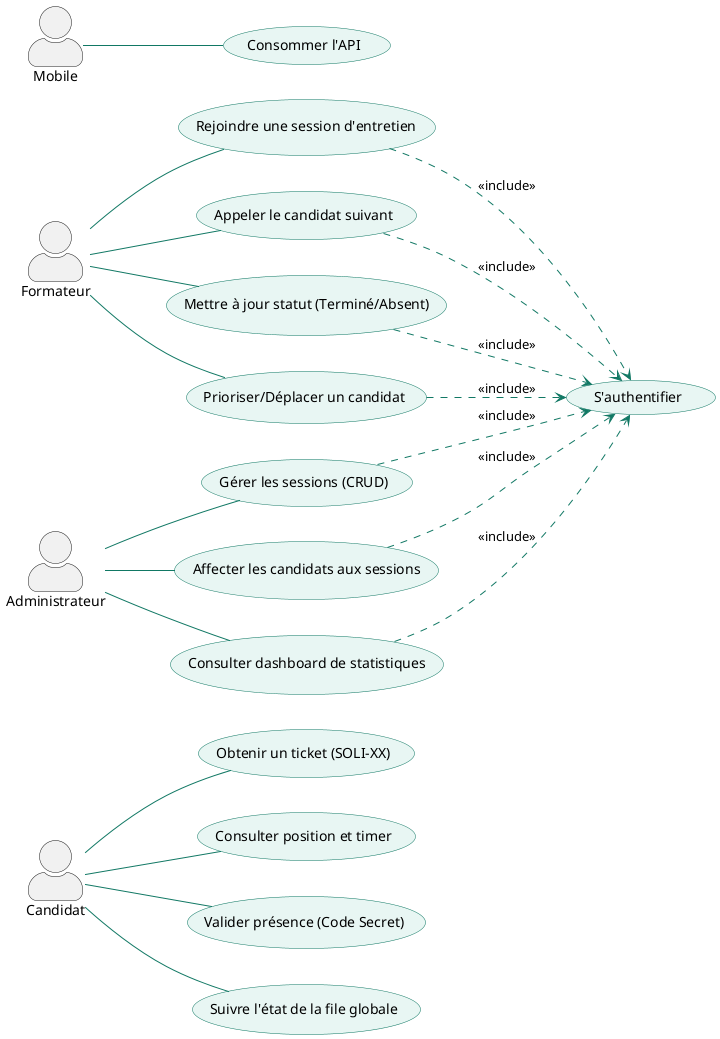
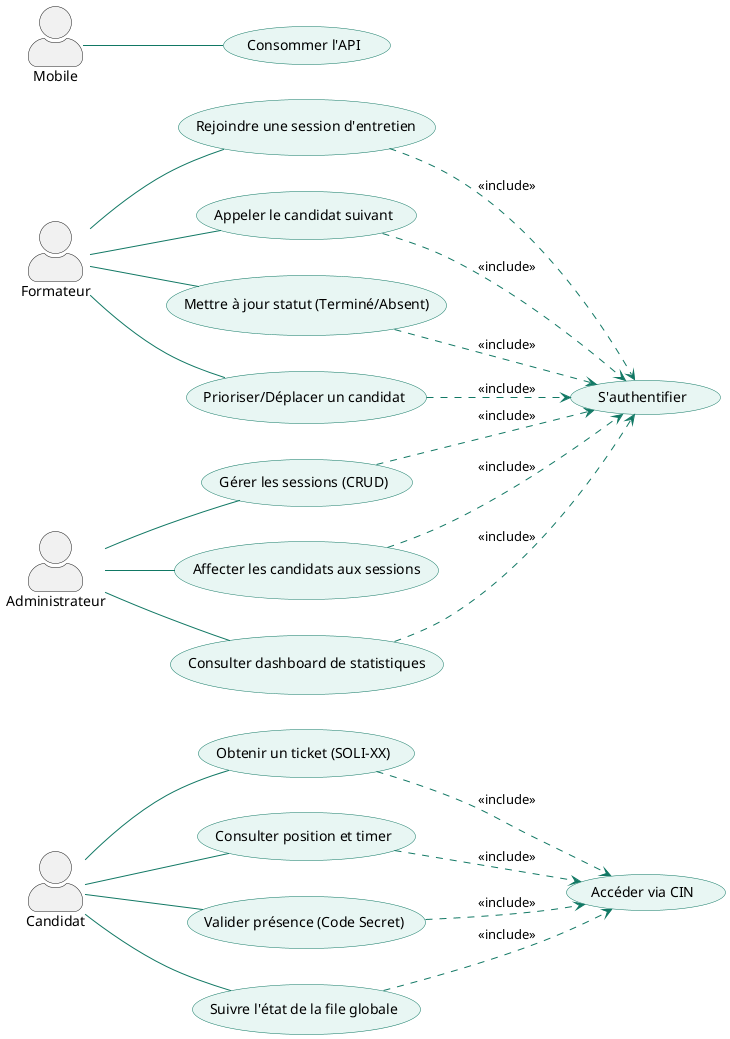
@startuml SoliQueue_Sprint1_MVP
left to right direction
skinparam actorStyle awesome

skinparam usecase {
    BackgroundColor #E8F6F3
    BorderColor #117864
    ArrowColor #117864
}

' Acteurs
actor "Candidat" as C
actor "Formateur" as F
actor "Administrateur" as Admin
actor "Mobile" as Mob


' =========================
' Candidat
' =========================

usecase "Obtenir un ticket (SOLI-XX)" as UC1
usecase "Consulter position et timer" as UC2
usecase "Valider présence (Code Secret)" as UC3
usecase "Suivre l'état de la file globale" as UC4

C -- UC1
C -- UC2
C -- UC3
C -- UC4


' =========================
' Formateur
' =========================

usecase "Rejoindre une session d'entretien" as UC7
usecase "Appeler le candidat suivant" as UC8
usecase "Mettre à jour statut (Terminé/Absent)" as UC9
usecase "Prioriser/Déplacer un candidat" as UC10

F -- UC7
F -- UC8
F -- UC9
F -- UC10



' =========================
' Administrateur
' =========================

usecase "Gérer les sessions (CRUD)" as UC11
usecase "Affecter les candidats aux sessions" as UC12
usecase "Consulter dashboard de statistiques" as UC13

Admin -- UC11
Admin -- UC12
Admin -- UC13


' =========================
' Mobile
' =========================

usecase "Consommer l'API" as API

Mob -- API


' =========================
' Authentification
' =========================

usecase "S'authentifier" as Auth
+ usecase "Accéder via CIN" as Auth2
+ 
+ UC1 ..> Auth2 : <<include>>
+ UC2 ..> Auth2 : <<include>>
+ UC3 ..> Auth2 : <<include>>
+ UC4 ..> Auth2 : <<include>>

UC7 ..> Auth : <<include>>
UC8 ..> Auth : <<include>>
UC9 ..> Auth : <<include>>
UC10 ..> Auth : <<include>>
UC11 ..> Auth : <<include>>
UC12 ..> Auth : <<include>>
UC13 ..> Auth : <<include>>

@enduml